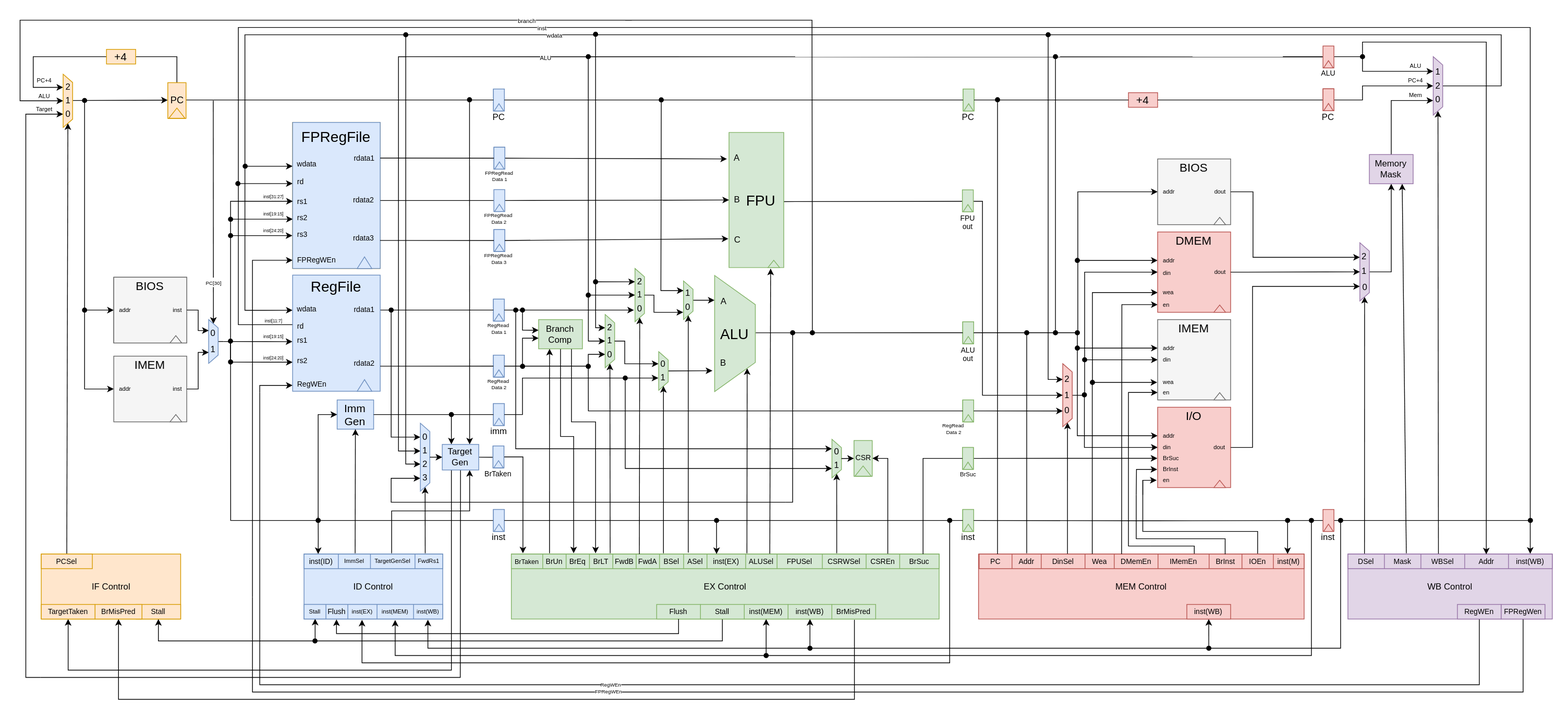
The draw.io diagram docs/diagram.svg in nikodittmar/jane-street-advent-of-fpga, before a commit. Source tidied: cells renumbered, new cells last; positions are measured from the earlier drawing's top-left corner, leaving out a move shared by most shapes.
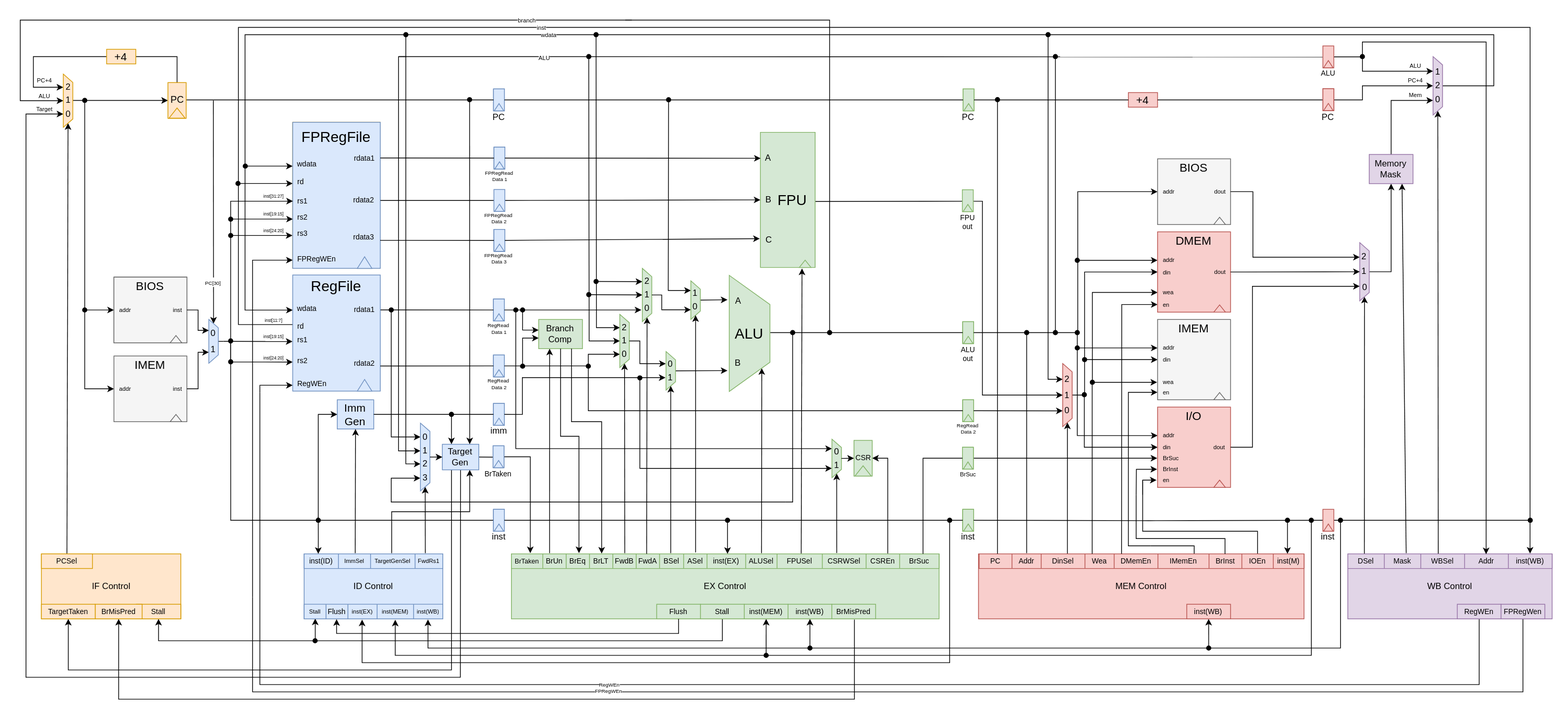
After the commit.

Diff of the diagram source:
```diff
@@ -48,7 +48,7 @@
       </mxGeometry>
     </mxCell>
     <mxCell id="11" style="group;fontColor=default;" parent="1" vertex="1">
-      <mxGeometry x="949.4" y="349.1" width="60" height="160" as="geometry" />
+      <mxGeometry x="969.4" y="349.1" width="60" height="160" as="geometry" />
     </mxCell>
     <mxCell id="12" style="edgeStyle=none;html=1;exitX=1;exitY=0;exitDx=0;exitDy=0;entryX=1;entryY=0;entryDx=0;entryDy=0;" parent="11" edge="1" target="13">
       <mxGeometry relative="1" as="geometry">
@@ -211,22 +211,6 @@
     <mxCell id="55" style="group;fontColor=default;" parent="1" vertex="1">
       <mxGeometry x="718.4" y="410" width="60" height="40" as="geometry" />
     </mxCell>
-    <mxCell id="56" style="edgeStyle=elbowEdgeStyle;html=1;exitX=0.75;exitY=1;exitDx=0;exitDy=0;elbow=vertical;rounded=0;curved=0;" parent="55" edge="1" source="59">
-      <mxGeometry relative="1" as="geometry">
-        <mxPoint x="70" y="320" as="targetPoint" />
-        <Array as="points">
-          <mxPoint x="60" y="140" />
-        </Array>
-      </mxGeometry>
-    </mxCell>
-    <mxCell id="57" style="edgeStyle=elbowEdgeStyle;html=1;exitX=0.5;exitY=1;exitDx=0;exitDy=0;elbow=vertical;rounded=0;curved=0;" parent="55" edge="1" source="59">
-      <mxGeometry relative="1" as="geometry">
-        <mxPoint x="40" y="320" as="targetPoint" />
-        <Array as="points">
-          <mxPoint x="41" y="160" />
-        </Array>
-      </mxGeometry>
-    </mxCell>
     <mxCell id="58" style="edgeStyle=none;html=1;exitX=0.25;exitY=1;exitDx=0;exitDy=0;entryX=0.25;entryY=1;entryDx=0;entryDy=0;" parent="55" edge="1" target="59">
       <mxGeometry relative="1" as="geometry">
         <mxPoint x="6.9" y="320" as="sourcePoint" />
@@ -263,12 +247,11 @@
         </Array>
       </mxGeometry>
     </mxCell>
-    <mxCell id="64" style="edgeStyle=orthogonalEdgeStyle;html=1;rounded=0;curved=0;fontColor=default;exitX=1;exitY=0.5;exitDx=0;exitDy=0;" parent="1" edge="1" source="25">
+    <mxCell id="64" style="edgeStyle=orthogonalEdgeStyle;html=1;rounded=0;curved=0;fontColor=default;exitX=1;exitY=0.5;exitDx=0;exitDy=0;entryX=-0.226;entryY=0.483;entryDx=0;entryDy=0;entryPerimeter=0;" parent="1" edge="1" source="25" target="320">
       <mxGeometry relative="1" as="geometry">
-        <mxPoint x="874.4" y="490" as="targetPoint" />
         <Array as="points">
-          <mxPoint x="688.4" y="540" />
-          <mxPoint x="688.4" y="490" />
+          <mxPoint x="688" y="540" />
+          <mxPoint x="688" y="490" />
         </Array>
       </mxGeometry>
     </mxCell>
@@ -309,7 +292,7 @@
       <mxGeometry x="1288.9" y="455" width="20" height="5" as="geometry" />
     </mxCell>
     <mxCell id="77" value="RegRead &#10;Data 2" style="text;align=center;verticalAlign=middle;rounded=0;spacing=2;whiteSpace=wrap;fontSize=7;fontColor=default;" parent="1" vertex="1">
-      <mxGeometry x="1262.6" y="558" width="32.5" height="4.3" as="geometry" />
+      <mxGeometry x="1282.6" y="558" width="32.5" height="4.3" as="geometry" />
     </mxCell>
     <mxCell id="78" style="edgeStyle=orthogonalEdgeStyle;html=1;exitX=1;exitY=0.5;exitDx=0;exitDy=0;entryX=0;entryY=0.5;entryDx=0;entryDy=0;endArrow=none;endFill=0;fontColor=default;" parent="1" edge="1" source="29" target="35">
       <mxGeometry relative="1" as="geometry" />
@@ -339,8 +322,8 @@
     <mxCell id="85" style="edgeStyle=orthogonalEdgeStyle;html=1;entryX=0;entryY=0.75;entryDx=0;entryDy=0;rounded=0;curved=0;exitX=0.5;exitY=0;exitDx=0;exitDy=0;fontColor=default;" parent="1" edge="1" source="143" target="300">
       <mxGeometry relative="1" as="geometry">
         <Array as="points">
-          <mxPoint x="2029" y="90" />
-          <mxPoint x="2029" y="20" />
+          <mxPoint x="2019" y="90" />
+          <mxPoint x="2019" y="20" />
           <mxPoint x="308" y="20" />
           <mxPoint x="308" y="397" />
         </Array>
@@ -426,12 +409,12 @@
     </mxCell>
     <mxCell id="103" style="edgeStyle=none;html=1;exitX=0.5;exitY=0;exitDx=0;exitDy=0;" parent="1" edge="1" source="313">
       <mxGeometry relative="1" as="geometry">
-        <mxPoint x="951.4" y="383.4" as="targetPoint" />
+        <mxPoint x="969" y="383" as="targetPoint" />
       </mxGeometry>
     </mxCell>
     <mxCell id="104" style="elbow=vertical;html=1;entryX=1;entryY=0.5;entryDx=0;entryDy=0;fontColor=default;" parent="1" edge="1" target="325">
       <mxGeometry relative="1" as="geometry">
-        <mxPoint x="808.4" y="730" as="sourcePoint" />
+        <mxPoint x="828.4" y="730" as="sourcePoint" />
       </mxGeometry>
     </mxCell>
     <mxCell id="105" style="shape=table;startSize=0;fontSize=16;fillColor=#d5e8d4;strokeColor=#82b366;fontColor=default;" parent="1" vertex="1">
@@ -484,8 +467,8 @@
     </mxCell>
     <mxCell id="121" style="edgeStyle=none;html=1;exitX=0.5;exitY=0;exitDx=0;exitDy=0;startArrow=classic;startFill=1;endArrow=oval;endFill=1;fontColor=default;" parent="1" edge="1">
       <mxGeometry relative="1" as="geometry">
-        <mxPoint x="954.1" y="731" as="sourcePoint" />
-        <mxPoint x="954.1" y="685" as="targetPoint" />
+        <mxPoint x="969.1" y="731" as="sourcePoint" />
+        <mxPoint x="969.1" y="685" as="targetPoint" />
       </mxGeometry>
     </mxCell>
     <mxCell id="122" style="elbow=vertical;html=1;exitX=1;exitY=0.5;exitDx=0;exitDy=0;endArrow=oval;endFill=1;rounded=0;fontColor=default;" parent="1" edge="1" source="404">
@@ -582,9 +565,8 @@
     <mxCell id="146" value="0" style="text;html=1;align=center;verticalAlign=middle;whiteSpace=wrap;rounded=0;fontColor=default;" parent="142" vertex="1">
       <mxGeometry x="2.1" y="54.5" width="8.7" height="9.2" as="geometry" />
     </mxCell>
-    <mxCell id="147" style="edgeStyle=orthogonalEdgeStyle;html=1;exitX=1;exitY=0.5;exitDx=0;exitDy=0;entryX=0.25;entryY=1;entryDx=0;entryDy=0;elbow=vertical;rounded=0;curved=0;fontColor=default;" parent="1" edge="1" target="143">
+    <mxCell id="147" style="edgeStyle=orthogonalEdgeStyle;html=1;exitX=1;exitY=0.5;exitDx=0;exitDy=0;entryX=0.25;entryY=1;entryDx=0;entryDy=0;elbow=vertical;rounded=0;curved=0;fontColor=default;" parent="1" edge="1" source="381" target="143">
       <mxGeometry relative="1" as="geometry">
-        <mxPoint x="1729.9" y="50" as="sourcePoint" />
         <Array as="points">
           <mxPoint x="1839" y="50" />
           <mxPoint x="1839" y="70" />
@@ -825,21 +807,21 @@
     </mxCell>
     <mxCell id="207" style="edgeStyle=none;html=1;exitX=1;exitY=0.25;exitDx=0;exitDy=0;entryX=1;entryY=0.25;entryDx=0;entryDy=0;" parent="205" edge="1">
       <mxGeometry relative="1" as="geometry">
-        <mxPoint x="36.6" y="550" as="sourcePoint" />
-        <mxPoint x="37.7" y="159.7" as="targetPoint" />
+        <mxPoint x="79.6" y="550" as="sourcePoint" />
+        <mxPoint x="80.7" y="159.7" as="targetPoint" />
       </mxGeometry>
     </mxCell>
     <mxCell id="208" style="shape=trapezoid;perimeter=trapezoidPerimeter;whiteSpace=wrap;html=1;fixedSize=1;rotation=90;size=-6.231412093783092;fillColor=#d5e8d4;strokeColor=#82b366;fontColor=default;" parent="205" vertex="1">
-      <mxGeometry x="-74.3" y="28.3" width="185" height="75" as="geometry" />
+      <mxGeometry x="-31.3" y="28.3" width="185" height="75" as="geometry" />
     </mxCell>
     <mxCell id="209" value="&lt;font style=&quot;font-size: 20px;&quot;&gt;FPU&lt;/font&gt;" style="text;html=1;align=center;verticalAlign=middle;whiteSpace=wrap;rounded=0;fontColor=default;" parent="205" vertex="1">
-      <mxGeometry y="54.4" width="50" height="21.9" as="geometry" />
+      <mxGeometry x="43" y="54.4" width="50" height="21.9" as="geometry" />
     </mxCell>
     <mxCell id="210" value="B" style="text;html=1;align=center;verticalAlign=middle;whiteSpace=wrap;rounded=0;fontColor=default;" parent="205" vertex="1">
-      <mxGeometry x="-12.1" y="60.4" width="9" height="10" as="geometry" />
+      <mxGeometry x="30.9" y="60.4" width="9" height="10" as="geometry" />
     </mxCell>
     <mxCell id="211" value="C" style="text;html=1;align=center;verticalAlign=middle;whiteSpace=wrap;rounded=0;fontColor=default;" parent="205" vertex="1">
-      <mxGeometry x="-12.1" y="115.5" width="10" height="10" as="geometry" />
+      <mxGeometry x="30.9" y="115.5" width="10" height="10" as="geometry" />
     </mxCell>
     <mxCell id="212" style="group;" parent="205" vertex="1">
       <mxGeometry x="297.9" y="51.9" width="20" height="47" as="geometry" />
@@ -854,7 +836,7 @@
       <mxGeometry x="5.1" y="18.5" width="9.9" height="13.1" as="geometry" />
     </mxCell>
     <mxCell id="216" style="triangle;whiteSpace=wrap;html=1;rotation=-90;fillColor=#d5e8d4;strokeColor=#82b366;" parent="205" vertex="1">
-      <mxGeometry x="37" y="145.3" width="10" height="16" as="geometry" />
+      <mxGeometry x="80" y="145.3" width="10" height="16" as="geometry" />
     </mxCell>
     <mxCell id="217" style="group;" parent="205" vertex="1">
       <mxGeometry x="118.7" y="395.4" width="13" height="52.8" as="geometry" />
@@ -866,7 +848,7 @@
     </mxCell>
     <mxCell id="219" style="edgeStyle=elbowEdgeStyle;html=1;entryX=0.75;entryY=1;entryDx=0;entryDy=0;elbow=vertical;rounded=0;curved=0;startArrow=oval;startFill=1;" parent="217" edge="1" target="221">
       <mxGeometry relative="1" as="geometry">
-        <mxPoint x="-280.2" y="-85.9" as="sourcePoint" />
+        <mxPoint x="-260.2" y="-85.9" as="sourcePoint" />
         <Array as="points">
           <mxPoint x="-130" y="38" />
         </Array>
@@ -1144,11 +1126,6 @@
     <mxCell id="288" style="group;fillColor=#dae8fc;strokeColor=#6c8ebf;fontColor=default;" parent="1" vertex="1">
       <mxGeometry x="649.1" y="174" width="15" height="30" as="geometry" />
     </mxCell>
-    <mxCell id="289" style="edgeStyle=none;html=1;exitX=1;exitY=0.5;exitDx=0;exitDy=0;" parent="288" edge="1" source="290">
-      <mxGeometry relative="1" as="geometry">
-        <mxPoint x="319.2" y="16" as="targetPoint" />
-      </mxGeometry>
-    </mxCell>
     <mxCell id="290" style="rounded=0;whiteSpace=wrap;html=1;fillColor=#dae8fc;strokeColor=#6c8ebf;fontColor=default;" parent="288" vertex="1">
       <mxGeometry width="15" height="30" as="geometry" />
     </mxCell>
@@ -1222,10 +1199,10 @@
       <mxGeometry relative="1" as="geometry" />
     </mxCell>
     <mxCell id="310" value="A" style="text;html=1;align=center;verticalAlign=middle;whiteSpace=wrap;rounded=0;fontColor=default;" parent="1" vertex="1">
-      <mxGeometry x="977.4" y="184" width="10" height="10" as="geometry" />
+      <mxGeometry x="1020.4" y="184" width="10" height="10" as="geometry" />
     </mxCell>
     <mxCell id="311" style="group;" parent="1" vertex="1">
-      <mxGeometry x="908.9" y="357.1" width="13" height="52.8" as="geometry" />
+      <mxGeometry x="918.9" y="357.1" width="13" height="52.8" as="geometry" />
     </mxCell>
     <mxCell id="312" style="edgeStyle=elbowEdgeStyle;html=1;exitX=0.25;exitY=1;exitDx=0;exitDy=0;entryX=0.25;entryY=1;entryDx=0;entryDy=0;rounded=0;startArrow=oval;startFill=1;" parent="311" edge="1" target="313">
       <mxGeometry relative="1" as="geometry">
@@ -1246,11 +1223,11 @@
     </mxCell>
     <mxCell id="316" style="edgeStyle=none;html=1;exitX=0.5;exitY=0;exitDx=0;exitDy=0;" parent="1" edge="1" source="318">
       <mxGeometry relative="1" as="geometry">
-        <mxPoint x="948.4" y="480" as="targetPoint" />
+        <mxPoint x="969" y="480" as="targetPoint" />
       </mxGeometry>
     </mxCell>
     <mxCell id="317" style="group;" parent="1" vertex="1">
-      <mxGeometry x="874.9" y="453.9" width="13" height="52.8" as="geometry" />
+      <mxGeometry x="884.9" y="453.9" width="13" height="52.8" as="geometry" />
     </mxCell>
     <mxCell id="318" style="shape=trapezoid;perimeter=trapezoidPerimeter;whiteSpace=wrap;html=1;fixedSize=1;rotation=90;size=11.370000000000005;fillColor=#d5e8d4;strokeColor=#82b366;fontColor=default;" parent="317" vertex="1">
       <mxGeometry x="-19.9" y="19.9" width="52.8" height="13" as="geometry" />
@@ -1263,25 +1240,25 @@
     </mxCell>
     <mxCell id="321" style="edgeStyle=none;html=1;entryX=1;entryY=0.5;entryDx=0;entryDy=0;" parent="1" edge="1" target="318">
       <mxGeometry relative="1" as="geometry">
-        <mxPoint x="881.4" y="730" as="sourcePoint" />
+        <mxPoint x="891.4" y="730" as="sourcePoint" />
       </mxGeometry>
     </mxCell>
     <mxCell id="322" style="group;" parent="1" vertex="1">
-      <mxGeometry x="801.5" y="403" width="13" height="72.9" as="geometry" />
+      <mxGeometry x="821.5" y="403" width="13" height="72.9" as="geometry" />
     </mxCell>
-    <mxCell id="323" style="edgeStyle=elbowEdgeStyle;html=1;exitX=0.5;exitY=1;exitDx=0;exitDy=0;rounded=0;curved=0;entryX=0.5;entryY=1;entryDx=0;entryDy=0;startArrow=oval;startFill=1;" parent="322" edge="1" target="325">
+    <mxCell id="323" style="edgeStyle=elbowEdgeStyle;html=1;rounded=0;curved=0;entryX=0.5;entryY=1;entryDx=0;entryDy=0;startArrow=oval;startFill=1;" parent="322" edge="1" target="325">
       <mxGeometry relative="1" as="geometry">
-        <mxPoint x="-23.1" y="-353" as="sourcePoint" />
+        <mxPoint x="-42.5" y="-353" as="sourcePoint" />
         <Array as="points">
-          <mxPoint x="-23" y="-153" />
+          <mxPoint x="-42" y="-163" />
         </Array>
       </mxGeometry>
     </mxCell>
-    <mxCell id="324" style="edgeStyle=elbowEdgeStyle;html=1;exitX=0.25;exitY=1;exitDx=0;exitDy=0;entryX=0.25;entryY=1;entryDx=0;entryDy=0;startArrow=oval;startFill=1;rounded=0;" parent="322" edge="1" target="325">
+    <mxCell id="324" style="edgeStyle=elbowEdgeStyle;html=1;entryX=0.25;entryY=1;entryDx=0;entryDy=0;startArrow=oval;startFill=1;rounded=0;" parent="322" edge="1" target="325">
       <mxGeometry relative="1" as="geometry">
-        <mxPoint x="-13.1" y="-383.7" as="sourcePoint" />
+        <mxPoint x="-32.5" y="-383" as="sourcePoint" />
         <Array as="points">
-          <mxPoint x="-13" y="-183" />
+          <mxPoint x="-32" y="-183" />
         </Array>
       </mxGeometry>
     </mxCell>
@@ -1300,21 +1277,21 @@
     <mxCell id="329" style="edgeStyle=elbowEdgeStyle;html=1;exitX=0.5;exitY=0;exitDx=0;exitDy=0;entryX=-0.187;entryY=0.446;entryDx=0;entryDy=0;entryPerimeter=0;rounded=0;curved=0;" parent="1" edge="1" source="325" target="319">
       <mxGeometry relative="1" as="geometry">
         <Array as="points">
-          <mxPoint x="828.4" y="460" />
+          <mxPoint x="849" y="450" />
         </Array>
       </mxGeometry>
     </mxCell>
     <mxCell id="330" style="group;" parent="1" vertex="1">
-      <mxGeometry x="842.4" y="340" width="13" height="72.9" as="geometry" />
+      <mxGeometry x="852.4" y="340" width="13" height="72.9" as="geometry" />
     </mxCell>
-    <mxCell id="331" style="edgeStyle=none;html=1;exitX=0.5;exitY=1;exitDx=0;exitDy=0;startArrow=oval;startFill=1;entryX=0.5;entryY=1;entryDx=0;entryDy=0;" parent="330" edge="1" target="333">
+    <mxCell id="331" style="edgeStyle=none;html=1;startArrow=oval;startFill=1;entryX=0.5;entryY=1;entryDx=0;entryDy=0;" parent="330" edge="1" target="333">
       <mxGeometry relative="1" as="geometry">
-        <mxPoint x="-64" y="36.5" as="sourcePoint" />
+        <mxPoint x="-73.4" y="36" as="sourcePoint" />
       </mxGeometry>
     </mxCell>
-    <mxCell id="332" style="edgeStyle=none;html=1;exitX=0.25;exitY=1;exitDx=0;exitDy=0;startArrow=oval;startFill=1;entryX=0.25;entryY=1;entryDx=0;entryDy=0;" parent="330" edge="1" target="333">
+    <mxCell id="332" style="edgeStyle=none;html=1;startArrow=oval;startFill=1;entryX=0.25;entryY=1;entryDx=0;entryDy=0;" parent="330" edge="1" target="333">
       <mxGeometry relative="1" as="geometry">
-        <mxPoint x="-54" y="18.3" as="sourcePoint" />
+        <mxPoint x="-63.4" y="18" as="sourcePoint" />
       </mxGeometry>
     </mxCell>
     <mxCell id="333" style="shape=trapezoid;perimeter=trapezoidPerimeter;whiteSpace=wrap;html=1;fixedSize=1;rotation=90;size=11.370000000000005;fillColor=#d5e8d4;strokeColor=#82b366;fontColor=default;" parent="330" vertex="1">
@@ -1329,11 +1306,10 @@
     <mxCell id="336" value="2" style="text;html=1;align=center;verticalAlign=middle;whiteSpace=wrap;rounded=0;fontColor=default;" parent="330" vertex="1">
       <mxGeometry x="1.5" y="12.7" width="10" height="10" as="geometry" />
     </mxCell>
-    <mxCell id="337" style="edgeStyle=elbowEdgeStyle;html=1;exitX=0.5;exitY=0;exitDx=0;exitDy=0;rounded=0;" parent="1" edge="1" source="333">
+    <mxCell id="337" style="edgeStyle=elbowEdgeStyle;html=1;exitX=0.5;exitY=0;exitDx=0;exitDy=0;rounded=0;entryX=0.75;entryY=1;entryDx=0;entryDy=0;" parent="1" edge="1" source="333" target="313">
       <mxGeometry relative="1" as="geometry">
-        <mxPoint x="908.4" y="400" as="targetPoint" />
         <Array as="points">
-          <mxPoint x="868.4" y="390" />
+          <mxPoint x="879" y="383" />
         </Array>
       </mxGeometry>
     </mxCell>
@@ -1391,12 +1367,12 @@
     </mxCell>
     <mxCell id="348" style="edgeStyle=none;html=1;entryX=1;entryY=0.5;entryDx=0;entryDy=0;" parent="1" edge="1" target="333">
       <mxGeometry relative="1" as="geometry">
-        <mxPoint x="848.4" y="731" as="sourcePoint" />
+        <mxPoint x="858.4" y="731" as="sourcePoint" />
       </mxGeometry>
     </mxCell>
     <mxCell id="349" style="edgeStyle=none;html=1;entryX=1;entryY=0.5;entryDx=0;entryDy=0;" parent="1" edge="1" target="313">
       <mxGeometry relative="1" as="geometry">
-        <mxPoint x="915.4" y="729" as="sourcePoint" />
+        <mxPoint x="925.4" y="729" as="sourcePoint" />
       </mxGeometry>
     </mxCell>
     <mxCell id="350" style="group;" parent="1" vertex="1">
@@ -1566,9 +1542,9 @@
     </mxCell>
     <mxCell id="385" style="edgeStyle=elbowEdgeStyle;html=1;exitX=1;exitY=0.5;exitDx=0;exitDy=0;rounded=0;curved=0;" parent="384" edge="1" source="386">
       <mxGeometry relative="1" as="geometry">
-        <mxPoint x="40.5" y="147" as="targetPoint" />
+        <mxPoint x="51.1" y="147" as="targetPoint" />
         <Array as="points">
-          <mxPoint x="41" y="77" />
+          <mxPoint x="51" y="77" />
         </Array>
       </mxGeometry>
     </mxCell>
@@ -1604,10 +1580,10 @@
     </mxCell>
     <mxCell id="393" style="endArrow=none;html=1;edgeStyle=elbowEdgeStyle;endFill=0;startArrow=oval;startFill=1;rounded=0;curved=0;" parent="1" edge="1">
       <mxGeometry relative="1" as="geometry">
-        <mxPoint x="1085.4" y="428" as="sourcePoint" />
+        <mxPoint x="1109" y="428" as="sourcePoint" />
         <mxPoint x="829" as="targetPoint" />
         <Array as="points">
-          <mxPoint x="1084.9" y="220" />
+          <mxPoint x="1109" y="210" />
         </Array>
       </mxGeometry>
     </mxCell>
@@ -1863,5 +1839,22 @@
     <mxCell id="454" value="PCSel" style="rounded=0;whiteSpace=wrap;html=1;fillColor=#ffe6cc;strokeColor=#d79b00;fontSize=10;" parent="1" vertex="1">
       <mxGeometry x="29" y="731" width="70" height="20" as="geometry" />
     </mxCell>
+    <mxCell id="289" style="edgeStyle=none;html=1;exitX=1;exitY=0.5;exitDx=0;exitDy=0;entryX=0.192;entryY=0.995;entryDx=0;entryDy=0;entryPerimeter=0;" parent="1" edge="1" source="290" target="208">
+      <mxGeometry relative="1" as="geometry" />
+    </mxCell>
+    <mxCell id="56" style="edgeStyle=elbowEdgeStyle;html=1;exitX=0.75;exitY=1;exitDx=0;exitDy=0;elbow=vertical;rounded=0;curved=0;entryX=0.211;entryY=-0.017;entryDx=0;entryDy=0;entryPerimeter=0;" parent="1" edge="1" source="59" target="106">
+      <mxGeometry relative="1" as="geometry">
+        <Array as="points">
+          <mxPoint x="778.4" y="550" />
+        </Array>
+      </mxGeometry>
+    </mxCell>
+    <mxCell id="57" style="edgeStyle=elbowEdgeStyle;html=1;exitX=0.5;exitY=1;exitDx=0;exitDy=0;elbow=vertical;rounded=0;curved=0;entryX=0.158;entryY=-0.052;entryDx=0;entryDy=0;entryPerimeter=0;" parent="1" edge="1" source="59" target="106">
+      <mxGeometry relative="1" as="geometry">
+        <Array as="points">
+          <mxPoint x="759.4" y="570" />
+        </Array>
+      </mxGeometry>
+    </mxCell>
   </root>
 </mxGraphModel>
```
